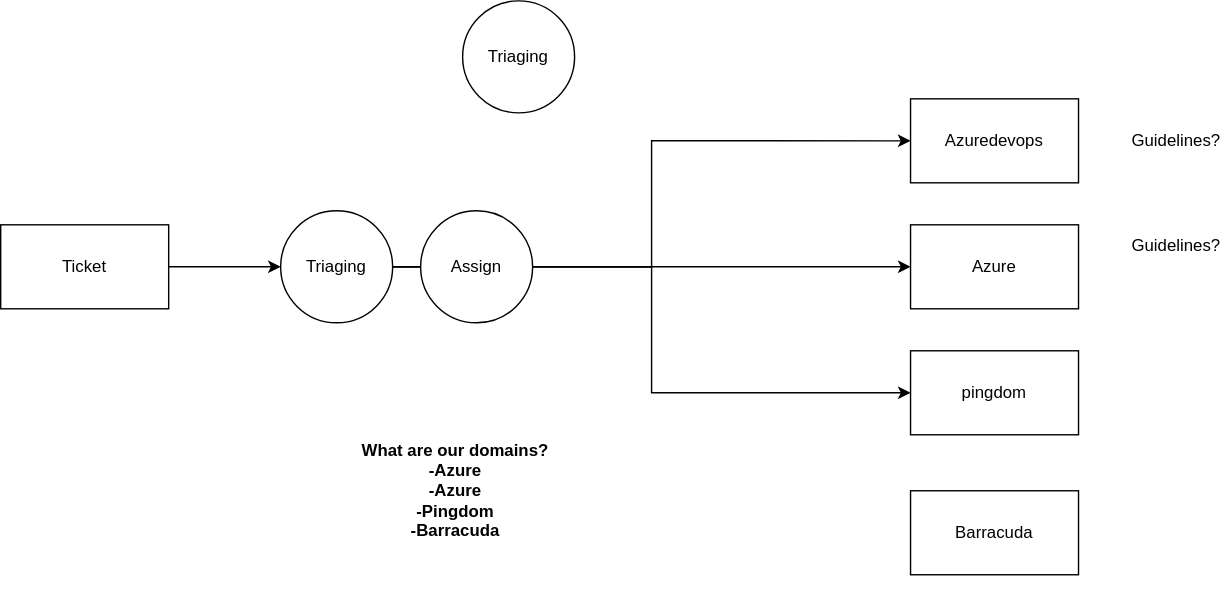
This is tickethandlingprocess.svg from vjavle/invoicecloud, a draw.io export, as it was before one commit. Source tidied: cells renumbered, new cells last; positions are measured from the earlier drawing's top-left corner, leaving out a move shared by most shapes.
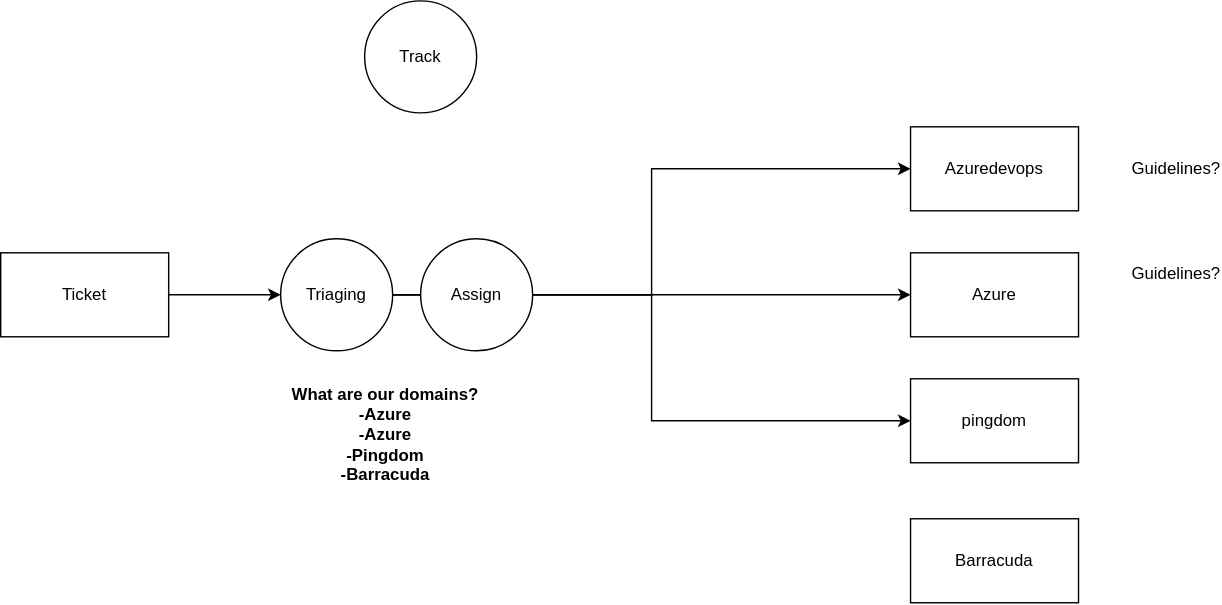
The same diagram one commit later.

Diff of the diagram source:
```diff
@@ -36,13 +36,13 @@
       <mxGeometry x="810" y="160" width="60" height="30" as="geometry" />
     </mxCell>
     <mxCell id="13" value="What are our domains?&lt;br&gt;-Azure&lt;br&gt;-Azure&lt;br&gt;-Pingdom&lt;br&gt;-Barracuda" style="text;html=1;strokeColor=none;fillColor=none;align=center;verticalAlign=middle;whiteSpace=wrap;rounded=0;fontStyle=1;" parent="1" vertex="1">
-      <mxGeometry x="190" y="280" width="270" height="140" as="geometry" />
+      <mxGeometry x="140" y="240" width="270" height="100" as="geometry" />
     </mxCell>
     <mxCell id="14" value="Assign" style="ellipse;whiteSpace=wrap;html=1;" parent="1" vertex="1">
       <mxGeometry x="300" y="150" width="80" height="80" as="geometry" />
     </mxCell>
-    <mxCell id="15" value="Triaging" style="ellipse;whiteSpace=wrap;html=1;" parent="1" vertex="1">
-      <mxGeometry x="330" width="80" height="80" as="geometry" />
+    <mxCell id="15" value="Track" style="ellipse;whiteSpace=wrap;html=1;" parent="1" vertex="1">
+      <mxGeometry x="260" y="-20" width="80" height="80" as="geometry" />
     </mxCell>
     <mxCell id="16" value="Guidelines?" style="text;html=1;strokeColor=none;fillColor=none;align=center;verticalAlign=middle;whiteSpace=wrap;rounded=0;" parent="1" vertex="1">
       <mxGeometry x="810" y="85" width="60" height="30" as="geometry" />
```
